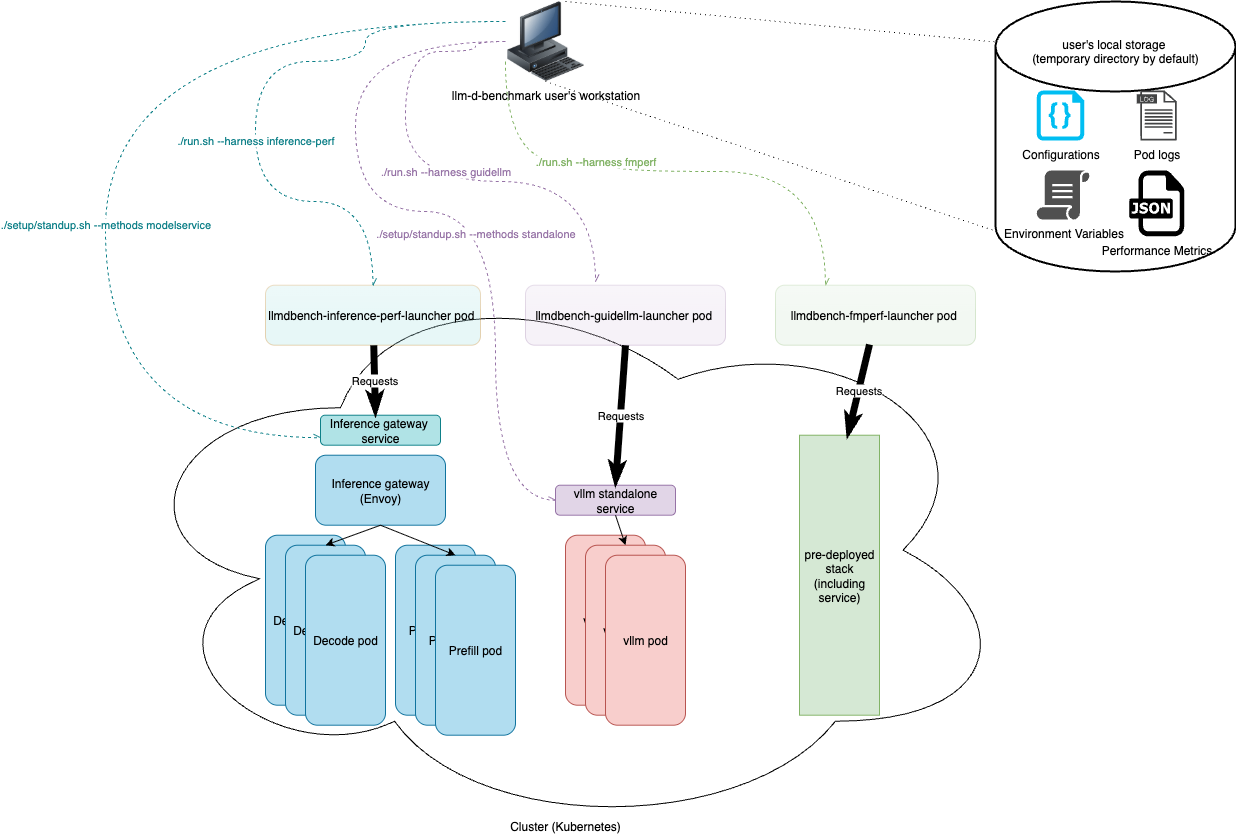
This is docs/images/architecture.drawio.png from llm-d/llm-d-benchmark, a draw.io export, as it was before one commit. Source tidied: cells renumbered, new cells last; positions are measured from the earlier drawing's top-left corner, leaving out a move shared by most shapes. Source of this version:
```xml
<mxGraphModel>
  <root>
    <mxCell id="0" />
    <mxCell id="1" parent="0" />
    <mxCell id="2" value="llm-d-benchmark user's workstation" style="image;html=1;image=img/lib/clip_art/computers/Workstation_128x128.png;" parent="1" vertex="1">
      <mxGeometry x="400" width="80" height="80" as="geometry" />
    </mxCell>
    <mxCell id="3" value="&lt;div&gt;&lt;br&gt;&lt;/div&gt;&lt;div&gt;&lt;br&gt;&lt;/div&gt;user's local storage&amp;nbsp;&lt;div&gt;(temporary directory by default)&lt;/div&gt;" style="strokeWidth=2;html=1;shape=mxgraph.flowchart.database;whiteSpace=wrap;verticalAlign=top;" parent="1" vertex="1">
      <mxGeometry x="890" width="240" height="270" as="geometry" />
    </mxCell>
    <mxCell id="4" style="endArrow=none;dashed=1;html=1;rounded=0;entryX=0;entryY=0.85;entryDx=0;entryDy=0;entryPerimeter=0;exitX=0.5;exitY=1;exitDx=0;exitDy=0;dashPattern=1 4;" parent="1" edge="1" source="2" target="3">
      <mxGeometry relative="1" as="geometry" />
    </mxCell>
    <mxCell id="5" style="endArrow=none;dashed=1;html=1;rounded=0;entryX=0;entryY=0.15;entryDx=0;entryDy=0;entryPerimeter=0;exitX=0.75;exitY=0;exitDx=0;exitDy=0;dashPattern=1 4;" parent="1" edge="1" source="2" target="3">
      <mxGeometry relative="1" as="geometry" />
    </mxCell>
    <mxCell id="6" value="Cluster (Kubernetes)" style="ellipse;shape=cloud;whiteSpace=wrap;html=1;verticalAlign=bottom;" parent="1" vertex="1">
      <mxGeometry x="10" y="263.7" width="900" height="570" as="geometry" />
    </mxCell>
    <mxCell id="7" value="Inference gateway&lt;br&gt;(Envoy)" style="rounded=1;whiteSpace=wrap;html=1;fillColor=#b1ddf0;strokeColor=#10739e;" parent="1" vertex="1">
      <mxGeometry x="210" y="453.7" width="130" height="70" as="geometry" />
    </mxCell>
    <mxCell id="8" value="Decode pod" style="rounded=1;whiteSpace=wrap;html=1;fillColor=#b1ddf0;strokeColor=#10739e;" parent="1" vertex="1">
      <mxGeometry x="160" y="533.7" width="80" height="170" as="geometry" />
    </mxCell>
    <mxCell id="9" value="Decode pod" style="rounded=1;whiteSpace=wrap;html=1;fillColor=#b1ddf0;strokeColor=#10739e;" parent="1" vertex="1">
      <mxGeometry x="180" y="543.7" width="80" height="170" as="geometry" />
    </mxCell>
    <mxCell id="10" value="Decode pod" style="rounded=1;whiteSpace=wrap;html=1;fillColor=#b1ddf0;strokeColor=#10739e;" parent="1" vertex="1">
      <mxGeometry x="200" y="553.7" width="80" height="170" as="geometry" />
    </mxCell>
    <mxCell id="11" value="Prefill pod" style="rounded=1;whiteSpace=wrap;html=1;fillColor=#b1ddf0;strokeColor=#10739e;" parent="1" vertex="1">
      <mxGeometry x="290" y="543.7" width="80" height="170" as="geometry" />
    </mxCell>
    <mxCell id="12" value="Prefill pod" style="rounded=1;whiteSpace=wrap;html=1;fillColor=#b1ddf0;strokeColor=#10739e;" parent="1" vertex="1">
      <mxGeometry x="310" y="553.7" width="80" height="170" as="geometry" />
    </mxCell>
    <mxCell id="13" value="Prefill pod" style="rounded=1;whiteSpace=wrap;html=1;fillColor=#b1ddf0;strokeColor=#10739e;" parent="1" vertex="1">
      <mxGeometry x="330" y="563.7" width="80" height="170" as="geometry" />
    </mxCell>
    <mxCell id="14" style="endArrow=classic;html=1;rounded=0;endSize=6;strokeWidth=1;jumpSize=0;strokeColor=default;curved=0;startSize=6;jumpStyle=arc;targetPerimeterSpacing=0;exitX=0.5;exitY=1;exitDx=0;exitDy=0;entryX=0.5;entryY=0;entryDx=0;entryDy=0;" parent="1" edge="1" source="7" target="9">
      <mxGeometry relative="1" as="geometry" />
    </mxCell>
    <mxCell id="15" style="endArrow=classic;html=1;rounded=0;endSize=6;strokeWidth=1;jumpSize=0;strokeColor=default;curved=0;startSize=6;jumpStyle=arc;targetPerimeterSpacing=0;exitX=0.5;exitY=1;exitDx=0;exitDy=0;entryX=0.5;entryY=0;entryDx=0;entryDy=0;" parent="1" edge="1" source="7" target="12">
      <mxGeometry relative="1" as="geometry" />
    </mxCell>
    <mxCell id="16" value="vllm pod" style="rounded=1;whiteSpace=wrap;html=1;fillColor=#f8cecc;strokeColor=#b85450;" parent="1" vertex="1">
      <mxGeometry x="460" y="533.7" width="80" height="170" as="geometry" />
    </mxCell>
    <mxCell id="17" value="vllm pod" style="rounded=1;whiteSpace=wrap;html=1;fillColor=#f8cecc;strokeColor=#b85450;" parent="1" vertex="1">
      <mxGeometry x="480" y="543.7" width="80" height="170" as="geometry" />
    </mxCell>
    <mxCell id="18" value="vllm pod" style="rounded=1;whiteSpace=wrap;html=1;fillColor=#f8cecc;strokeColor=#b85450;glass=0;" parent="1" vertex="1">
      <mxGeometry x="500" y="553.7" width="80" height="170" as="geometry" />
    </mxCell>
    <mxCell id="19" value="Inference gateway&amp;nbsp;&lt;br&gt;service" style="rounded=1;whiteSpace=wrap;html=1;fillColor=#b0e3e6;strokeColor=#0e8088;" parent="1" vertex="1">
      <mxGeometry x="215" y="413.7" width="120" height="30" as="geometry" />
    </mxCell>
    <mxCell id="20" value="vllm standalone service" style="rounded=1;whiteSpace=wrap;html=1;fillColor=#e1d5e7;strokeColor=#9673a6;" parent="1" vertex="1">
      <mxGeometry x="450" y="483.7" width="120" height="30" as="geometry" />
    </mxCell>
    <mxCell id="21" style="endArrow=classic;html=1;rounded=0;endSize=6;strokeWidth=1;jumpSize=0;strokeColor=default;curved=0;startSize=6;jumpStyle=arc;targetPerimeterSpacing=0;exitX=0.5;exitY=1;exitDx=0;exitDy=0;entryX=0.5;entryY=0;entryDx=0;entryDy=0;" parent="1" edge="1" source="20" target="17">
      <mxGeometry relative="1" as="geometry" />
    </mxCell>
    <mxCell id="22" value="pre-deployed stack (including service)" style="rounded=0;whiteSpace=wrap;html=1;fillColor=#d5e8d4;strokeColor=#82b366;glass=0;" parent="1" vertex="1">
      <mxGeometry x="694" y="433.7" width="80" height="280" as="geometry" />
    </mxCell>
    <mxCell id="23" value="llmdbench-inference-perf-launcher pod&amp;nbsp;" style="rounded=1;whiteSpace=wrap;html=1;fillColor=light-dark(#b0e3e6, #9a5800);strokeColor=#BD7000;glass=1;fontColor=#000000;opacity=30;" parent="1" vertex="1">
      <mxGeometry x="160" y="283.7" width="215" height="60" as="geometry" />
    </mxCell>
    <mxCell id="24" value="Requests" style="endArrow=classicThin;html=1;rounded=0;endSize=2;strokeWidth=7;jumpSize=0;strokeColor=default;curved=0;startSize=2;jumpStyle=arc;targetPerimeterSpacing=0;endFill=1;" parent="1" edge="1" source="23">
      <mxGeometry relative="1" as="geometry">
        <mxPoint x="270" y="413.7" as="targetPoint" />
      </mxGeometry>
    </mxCell>
    <mxCell id="25" value="llmdbench-guidellm-launcher pod&amp;nbsp;" style="rounded=1;whiteSpace=wrap;html=1;fillColor=#e1d5e7;strokeColor=#9673a6;glass=1;opacity=30;" parent="1" vertex="1">
      <mxGeometry x="420" y="283.7" width="200" height="60" as="geometry" />
    </mxCell>
    <mxCell id="26" value="Requests" style="endArrow=classicThin;html=1;rounded=0;endSize=2;strokeWidth=7;jumpSize=0;strokeColor=default;curved=0;startSize=2;jumpStyle=arc;targetPerimeterSpacing=0;endFill=1;exitX=0.5;exitY=1;exitDx=0;exitDy=0;entryX=0.5;entryY=0;entryDx=0;entryDy=0;" parent="1" edge="1" source="25" target="20">
      <mxGeometry relative="1" as="geometry" />
    </mxCell>
    <mxCell id="27" value="llmdbench-fmperf-launcher pod&amp;nbsp;" style="rounded=1;whiteSpace=wrap;html=1;fillColor=#d5e8d4;strokeColor=#82b366;glass=1;opacity=30;" parent="1" vertex="1">
      <mxGeometry x="670" y="283.7" width="200" height="60" as="geometry" />
    </mxCell>
    <mxCell id="28" value="Requests" style="endArrow=classicThin;html=1;rounded=0;endSize=2;strokeWidth=7;jumpSize=0;strokeColor=default;curved=0;startSize=2;jumpStyle=arc;targetPerimeterSpacing=0;endFill=1;exitX=0.47;exitY=0.988;exitDx=0;exitDy=0;entryX=0.6;entryY=0.005;entryDx=0;entryDy=0;exitPerimeter=0;entryPerimeter=0;" parent="1" edge="1" source="27" target="22">
      <mxGeometry relative="1" as="geometry" />
    </mxCell>
    <mxCell id="29" value="Pod logs" style="sketch=0;shadow=0;dashed=0;html=1;strokeColor=none;fillColor=#434445;labelPosition=center;verticalLabelPosition=bottom;verticalAlign=top;align=center;shape=mxgraph.vvd.log_files;" parent="1" vertex="1">
      <mxGeometry x="1031.2" y="89" width="40" height="50" as="geometry" />
    </mxCell>
    <mxCell id="30" value="Configurations" style="verticalLabelPosition=bottom;html=1;verticalAlign=top;align=center;strokeColor=none;fillColor=#00BEF2;shape=mxgraph.azure.code_file;" parent="1" vertex="1">
      <mxGeometry x="931.2" y="89" width="47.5" height="50" as="geometry" />
    </mxCell>
    <mxCell id="31" value="Performance Metrics" style="dashed=0;html=1;align=center;labelPosition=center;verticalLabelPosition=bottom;verticalAlign=top;shape=mxgraph.weblogos.json;" parent="1" vertex="1">
      <mxGeometry x="1023.8" y="169" width="55" height="65.8" as="geometry" />
    </mxCell>
    <mxCell id="32" value="Environment Variables" style="sketch=0;shadow=0;dashed=0;html=1;strokeColor=none;fillColor=#505050;labelPosition=center;verticalLabelPosition=bottom;verticalAlign=top;align=center;shape=mxgraph.office.concepts.script;" parent="1" vertex="1">
      <mxGeometry x="931.2" y="169" width="53" height="49" as="geometry" />
    </mxCell>
    <mxCell id="33" value="./setup/standup.sh --methods modelservice" style="edgeStyle=orthogonalEdgeStyle;rounded=0;jettySize=auto;html=1;exitX=0;exitY=0.25;exitDx=0;exitDy=0;entryX=0;entryY=0.75;entryDx=0;entryDy=0;curved=1;endArrow=openAsync;endFill=0;dashed=1;strokeColor=#0E8088;fontColor=#0E8088;" parent="1" edge="1" source="2" target="19">
      <mxGeometry x="0.17" relative="1" as="geometry">
        <Array as="points">
          <mxPoint y="20" />
          <mxPoint y="436" />
        </Array>
      </mxGeometry>
    </mxCell>
    <mxCell id="34" value="./run.sh --harness inference-perf" style="edgeStyle=orthogonalEdgeStyle;rounded=0;jettySize=auto;html=1;exitX=0;exitY=0.25;exitDx=0;exitDy=0;entryX=0.5;entryY=0;entryDx=0;entryDy=0;curved=1;endArrow=openAsync;endFill=0;dashed=1;strokeColor=#0E8088;fontColor=#0E8088;" parent="1" edge="1" source="2" target="23">
      <mxGeometry x="0.17" relative="1" as="geometry">
        <Array as="points">
          <mxPoint x="260" y="20" />
          <mxPoint x="260" y="60" />
          <mxPoint x="150" y="60" />
          <mxPoint x="150" y="200" />
          <mxPoint x="268" y="200" />
        </Array>
      </mxGeometry>
    </mxCell>
    <mxCell id="35" value="./setup/standup.sh --methods standalone" style="edgeStyle=orthogonalEdgeStyle;rounded=0;jettySize=auto;html=1;entryX=0;entryY=0.5;entryDx=0;entryDy=0;curved=1;endArrow=openAsync;endFill=0;dashed=1;exitX=0;exitY=0.5;exitDx=0;exitDy=0;strokeColor=#9673A6;fontColor=#9673A6;" parent="1" edge="1" source="2" target="20">
      <mxGeometry x="0.19" y="-20" relative="1" as="geometry">
        <Array as="points">
          <mxPoint x="250" y="40" />
          <mxPoint x="250" y="210" />
          <mxPoint x="390" y="210" />
          <mxPoint x="390" y="499" />
        </Array>
      </mxGeometry>
    </mxCell>
    <mxCell id="36" value="./run.sh --harness guidellm" style="edgeStyle=orthogonalEdgeStyle;rounded=0;jettySize=auto;html=1;exitX=0;exitY=0.5;exitDx=0;exitDy=0;curved=1;endArrow=openAsync;endFill=0;dashed=1;strokeColor=#9673A6;fontColor=#9673A6;" parent="1" edge="1" source="2">
      <mxGeometry x="0.06" y="10" relative="1" as="geometry">
        <mxPoint x="490" y="280" as="targetPoint" />
        <Array as="points">
          <mxPoint x="370" y="40" />
          <mxPoint x="370" y="50" />
          <mxPoint x="300" y="50" />
          <mxPoint x="300" y="180" />
          <mxPoint x="490" y="180" />
        </Array>
      </mxGeometry>
    </mxCell>
    <mxCell id="37" value="./run.sh --harness fmperf" style="edgeStyle=orthogonalEdgeStyle;rounded=0;jettySize=auto;html=1;exitX=0;exitY=0.75;exitDx=0;exitDy=0;curved=1;endArrow=openAsync;endFill=0;dashed=1;entryX=0.25;entryY=0;entryDx=0;entryDy=0;strokeColor=#82B366;fontColor=#82B366;" parent="1" edge="1" source="2" target="27">
      <mxGeometry x="-0.3" relative="1" as="geometry">
        <Array as="points">
          <mxPoint x="400" y="160" />
          <mxPoint x="510" y="160" />
          <mxPoint x="510" y="170" />
          <mxPoint x="720" y="170" />
        </Array>
      </mxGeometry>
    </mxCell>
  </root>
</mxGraphModel>
```
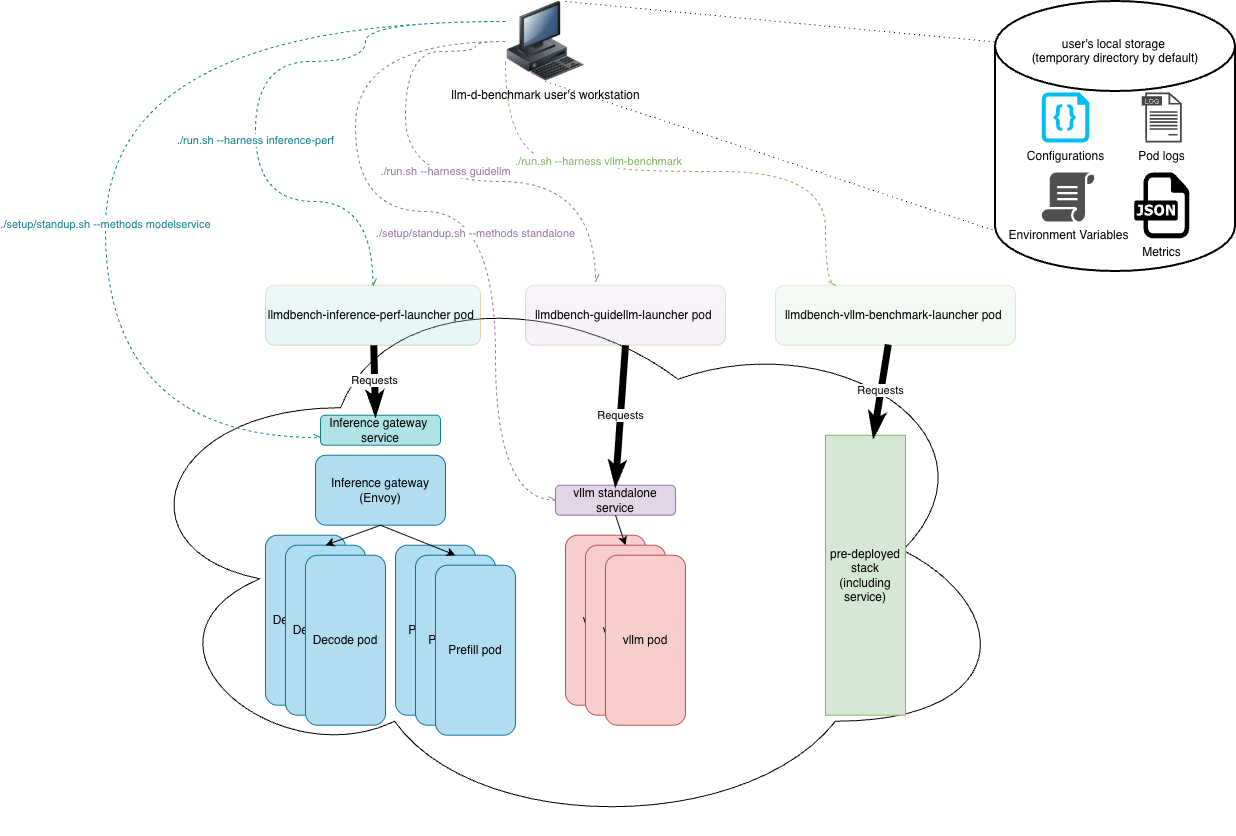
After the change.

The edit, as a diff of the source:
```diff
@@ -14,7 +14,7 @@
     <mxCell id="5" style="endArrow=none;dashed=1;html=1;rounded=0;entryX=0;entryY=0.15;entryDx=0;entryDy=0;entryPerimeter=0;exitX=0.75;exitY=0;exitDx=0;exitDy=0;dashPattern=1 4;" parent="1" edge="1" source="2" target="3">
       <mxGeometry relative="1" as="geometry" />
     </mxCell>
-    <mxCell id="6" value="Cluster (Kubernetes)" style="ellipse;shape=cloud;whiteSpace=wrap;html=1;verticalAlign=bottom;" parent="1" vertex="1">
+    <mxCell id="6" style="ellipse;shape=cloud;whiteSpace=wrap;html=1;" parent="1" vertex="1">
       <mxGeometry x="10" y="263.7" width="900" height="570" as="geometry" />
     </mxCell>
     <mxCell id="7" value="Inference gateway&lt;br&gt;(Envoy)" style="rounded=1;whiteSpace=wrap;html=1;fillColor=#b1ddf0;strokeColor=#10739e;" parent="1" vertex="1">
@@ -63,7 +63,7 @@
       <mxGeometry relative="1" as="geometry" />
     </mxCell>
     <mxCell id="22" value="pre-deployed stack (including service)" style="rounded=0;whiteSpace=wrap;html=1;fillColor=#d5e8d4;strokeColor=#82b366;glass=0;" parent="1" vertex="1">
-      <mxGeometry x="694" y="433.7" width="80" height="280" as="geometry" />
+      <mxGeometry x="720" y="433.7" width="80" height="280" as="geometry" />
     </mxCell>
     <mxCell id="23" value="llmdbench-inference-perf-launcher pod&amp;nbsp;" style="rounded=1;whiteSpace=wrap;html=1;fillColor=light-dark(#b0e3e6, #9a5800);strokeColor=#BD7000;glass=1;fontColor=#000000;opacity=30;" parent="1" vertex="1">
       <mxGeometry x="160" y="283.7" width="215" height="60" as="geometry" />
@@ -79,23 +79,23 @@
     <mxCell id="26" value="Requests" style="endArrow=classicThin;html=1;rounded=0;endSize=2;strokeWidth=7;jumpSize=0;strokeColor=default;curved=0;startSize=2;jumpStyle=arc;targetPerimeterSpacing=0;endFill=1;exitX=0.5;exitY=1;exitDx=0;exitDy=0;entryX=0.5;entryY=0;entryDx=0;entryDy=0;" parent="1" edge="1" source="25" target="20">
       <mxGeometry relative="1" as="geometry" />
     </mxCell>
-    <mxCell id="27" value="llmdbench-fmperf-launcher pod&amp;nbsp;" style="rounded=1;whiteSpace=wrap;html=1;fillColor=#d5e8d4;strokeColor=#82b366;glass=1;opacity=30;" parent="1" vertex="1">
-      <mxGeometry x="670" y="283.7" width="200" height="60" as="geometry" />
+    <mxCell id="27" value="llmdbench-vllm-benchmark-launcher pod&amp;nbsp;" style="rounded=1;whiteSpace=wrap;html=1;fillColor=#d5e8d4;strokeColor=#82b366;glass=1;opacity=30;" parent="1" vertex="1">
+      <mxGeometry x="670" y="283.7" width="240" height="60" as="geometry" />
     </mxCell>
     <mxCell id="28" value="Requests" style="endArrow=classicThin;html=1;rounded=0;endSize=2;strokeWidth=7;jumpSize=0;strokeColor=default;curved=0;startSize=2;jumpStyle=arc;targetPerimeterSpacing=0;endFill=1;exitX=0.47;exitY=0.988;exitDx=0;exitDy=0;entryX=0.6;entryY=0.005;entryDx=0;entryDy=0;exitPerimeter=0;entryPerimeter=0;" parent="1" edge="1" source="27" target="22">
       <mxGeometry relative="1" as="geometry" />
     </mxCell>
     <mxCell id="29" value="Pod logs" style="sketch=0;shadow=0;dashed=0;html=1;strokeColor=none;fillColor=#434445;labelPosition=center;verticalLabelPosition=bottom;verticalAlign=top;align=center;shape=mxgraph.vvd.log_files;" parent="1" vertex="1">
-      <mxGeometry x="1031.2" y="89" width="40" height="50" as="geometry" />
+      <mxGeometry x="1036.2" y="91" width="40" height="50" as="geometry" />
     </mxCell>
     <mxCell id="30" value="Configurations" style="verticalLabelPosition=bottom;html=1;verticalAlign=top;align=center;strokeColor=none;fillColor=#00BEF2;shape=mxgraph.azure.code_file;" parent="1" vertex="1">
-      <mxGeometry x="931.2" y="89" width="47.5" height="50" as="geometry" />
+      <mxGeometry x="936.2" y="91" width="47.5" height="50" as="geometry" />
     </mxCell>
-    <mxCell id="31" value="Performance Metrics" style="dashed=0;html=1;align=center;labelPosition=center;verticalLabelPosition=bottom;verticalAlign=top;shape=mxgraph.weblogos.json;" parent="1" vertex="1">
-      <mxGeometry x="1023.8" y="169" width="55" height="65.8" as="geometry" />
+    <mxCell id="31" value="Metrics" style="dashed=0;html=1;align=center;labelPosition=center;verticalLabelPosition=bottom;verticalAlign=top;shape=mxgraph.weblogos.json;" parent="1" vertex="1">
+      <mxGeometry x="1028.8" y="171" width="55" height="65.8" as="geometry" />
     </mxCell>
     <mxCell id="32" value="Environment Variables" style="sketch=0;shadow=0;dashed=0;html=1;strokeColor=none;fillColor=#505050;labelPosition=center;verticalLabelPosition=bottom;verticalAlign=top;align=center;shape=mxgraph.office.concepts.script;" parent="1" vertex="1">
-      <mxGeometry x="931.2" y="169" width="53" height="49" as="geometry" />
+      <mxGeometry x="936.2" y="171" width="53" height="49" as="geometry" />
     </mxCell>
     <mxCell id="33" value="./setup/standup.sh --methods modelservice" style="edgeStyle=orthogonalEdgeStyle;rounded=0;jettySize=auto;html=1;exitX=0;exitY=0.25;exitDx=0;exitDy=0;entryX=0;entryY=0.75;entryDx=0;entryDy=0;curved=1;endArrow=openAsync;endFill=0;dashed=1;strokeColor=#0E8088;fontColor=#0E8088;" parent="1" edge="1" source="2" target="19">
       <mxGeometry x="0.17" relative="1" as="geometry">
@@ -138,7 +138,7 @@
         </Array>
       </mxGeometry>
     </mxCell>
-    <mxCell id="37" value="./run.sh --harness fmperf" style="edgeStyle=orthogonalEdgeStyle;rounded=0;jettySize=auto;html=1;exitX=0;exitY=0.75;exitDx=0;exitDy=0;curved=1;endArrow=openAsync;endFill=0;dashed=1;entryX=0.25;entryY=0;entryDx=0;entryDy=0;strokeColor=#82B366;fontColor=#82B366;" parent="1" edge="1" source="2" target="27">
+    <mxCell id="37" value="./run.sh --harness vllm-benchmark" style="edgeStyle=orthogonalEdgeStyle;rounded=0;jettySize=auto;html=1;exitX=0;exitY=0.75;exitDx=0;exitDy=0;curved=1;endArrow=openAsync;endFill=0;dashed=1;entryX=0.25;entryY=0;entryDx=0;entryDy=0;strokeColor=#82B366;fontColor=#82B366;" parent="1" edge="1" source="2" target="27">
       <mxGeometry x="-0.3" relative="1" as="geometry">
         <Array as="points">
           <mxPoint x="400" y="160" />
```
